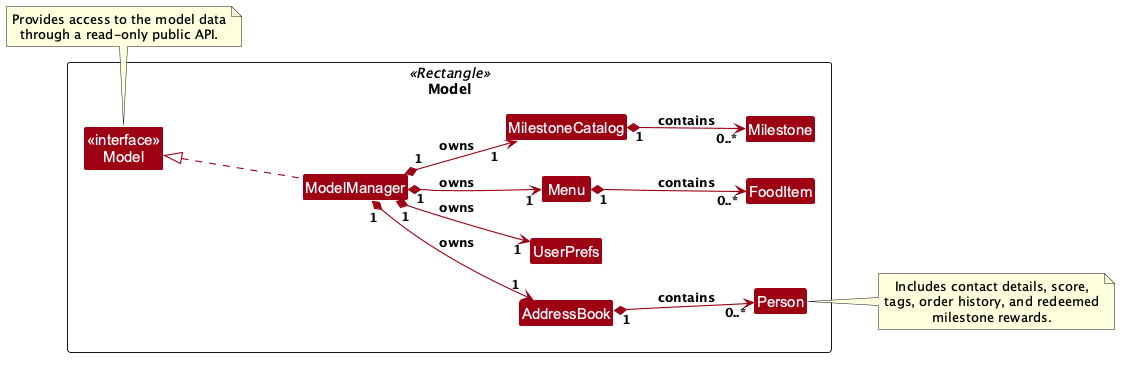
Above: docs/images/ModelClassDiagram.png in AY2627S1-CS2103T-F12-3/tp (PlantUML), before the change.
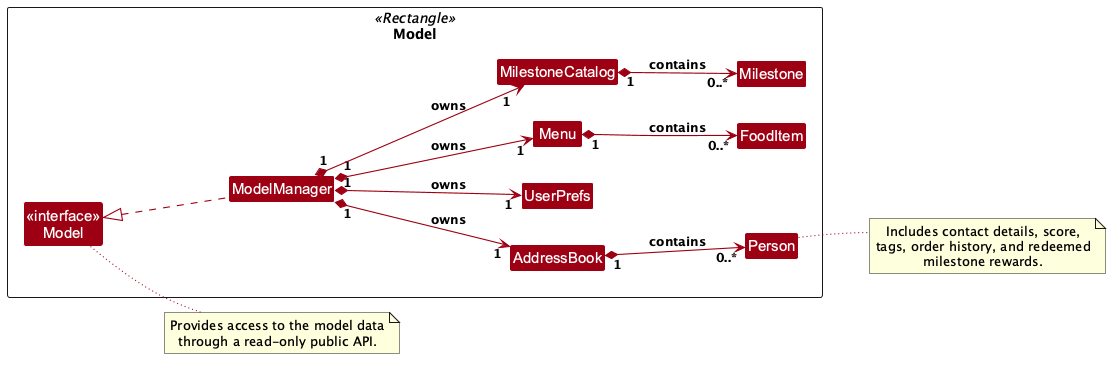
After the change.

Commit message:
Fix note notation

What changed in the source:
```diff
@@ -29,14 +29,10 @@
 Menu "1" *--> "0..*" FoodItem : contains
 MilestoneCatalog "1" *--> "0..*" Milestone : contains
 
-note right of Person
-  Includes contact details, score,
-  tags, order history, and redeemed
-  milestone rewards.
-end note
+note "Includes contact details, score,\ntags, order history, and redeemed\nmilestone rewards." as PersonNote
+Person -[hidden]down- PersonNote
+Person -[dotted]- PersonNote
 
-note bottom of Model
-  Provides access to the model data
-  through a read-only public API.
-end note
+note "Provides access to the model data\nthrough a read-only public API." as ModelNote
+Model -[dotted]- ModelNote
 @enduml
```
